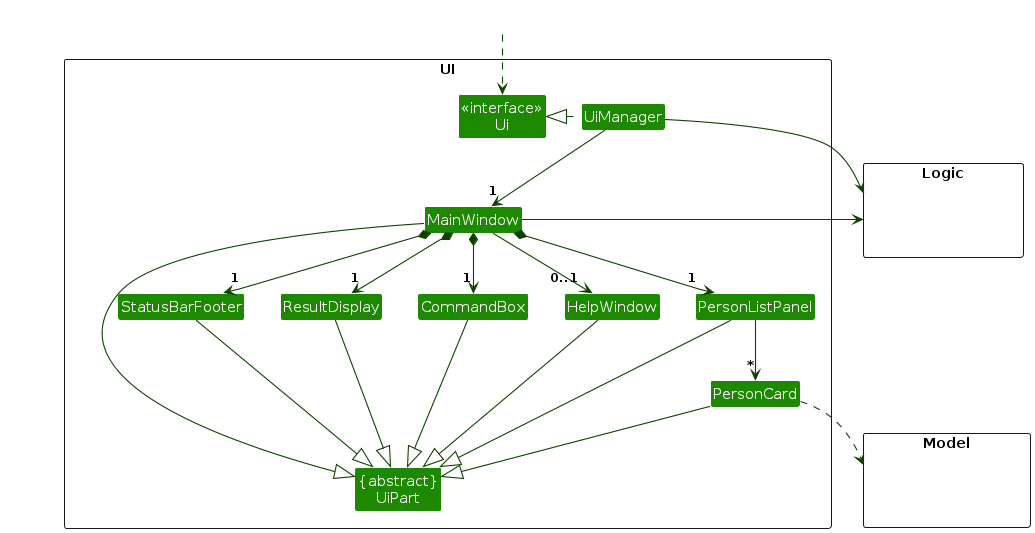
The PlantUML diagram diagrams/UiClassDiagram.png in AY2627S1-CS2103T-T16-2/tp, before a commit. Its source is kept beside it as diagrams/UiClassDiagram.puml.
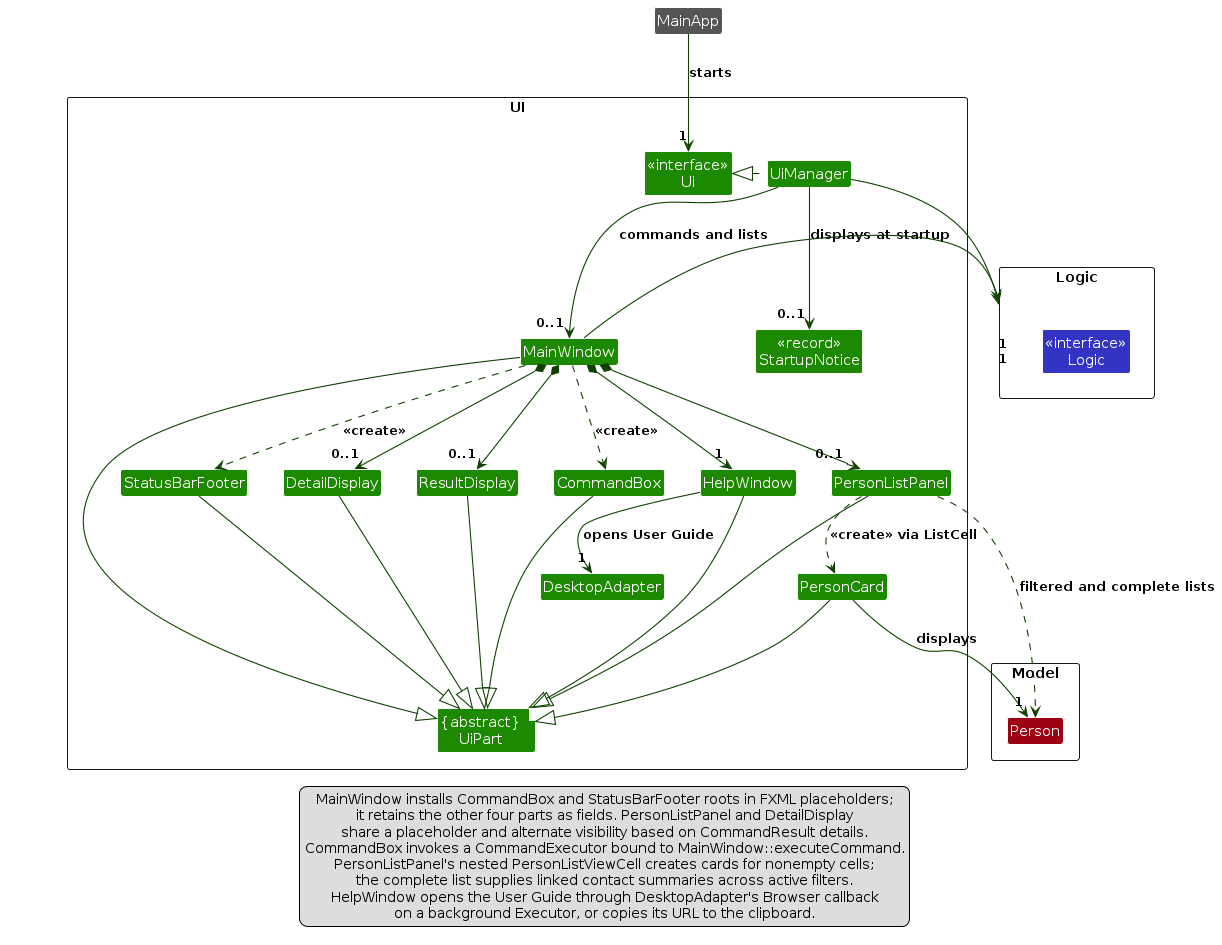
After the commit.

What changed in the source:
```diff
@@ -4,57 +4,74 @@
 skinparam arrowColor UI_COLOR_T4
 skinparam classBackgroundColor UI_COLOR
 
-package UI <<Rectangle>>{
-Class "<<interface>>\nUi" as Ui
-Class "{abstract}\nUiPart" as UiPart
-Class UiManager
-Class MainWindow
-Class HelpWindow
-Class ResultDisplay
-Class PersonListPanel
-Class PersonCard
-Class StatusBarFooter
-Class CommandBox
+package UI <<Rectangle>> {
+    class "<<interface>>\nUi" as Ui
+    class "{abstract}\nUiPart<T>" as UiPart
+    class UiManager
+    class MainWindow
+    class CommandBox
+    class ResultDisplay
+    class PersonListPanel
+    class PersonCard
+    class DetailDisplay
+    class StatusBarFooter
+    class HelpWindow
+    class DesktopAdapter
+    class "<<record>>\nStartupNotice" as StartupNotice
+}
+
+package Logic <<Rectangle>> {
+    class "<<interface>>\nLogic" as Logic #3333C4
 }
 
 package Model <<Rectangle>> {
-Class HiddenModel #FFFFFF
+    class Person #9D0012
 }
 
-package Logic <<Rectangle>> {
-Class HiddenLogic #FFFFFF
-}
+class MainApp #555555
 
-Class HiddenOutside #FFFFFF
-HiddenOutside ..> Ui
-
+MainApp --> "1" Ui : starts
 UiManager .left.|> Ui
-UiManager -down-> "1" MainWindow
-MainWindow *-down->  "1" CommandBox
-MainWindow *-down-> "1" ResultDisplay
-MainWindow *-down-> "1" PersonListPanel
-MainWindow *-down-> "1" StatusBarFooter
-MainWindow --> "0..1" HelpWindow
-
-PersonListPanel -down-> "*" PersonCard
+UiManager -down-> "0..1" MainWindow
+UiManager --> "0..1" StartupNotice : displays at startup
+UiManager -right-> "1" Logic
 
 MainWindow -left-|> UiPart
-
+CommandBox --|> UiPart
 ResultDisplay --|> UiPart
-CommandBox --|> UiPart
 PersonListPanel --|> UiPart
 PersonCard --|> UiPart
+DetailDisplay --|> UiPart
 StatusBarFooter --|> UiPart
 HelpWindow --|> UiPart
 
-PersonCard ..> Model
-UiManager -right-> Logic
-MainWindow -left-> Logic
+MainWindow *-down-> "1" HelpWindow
+MainWindow *-down-> "0..1" PersonListPanel
+MainWindow *-down-> "0..1" DetailDisplay
+MainWindow *-down-> "0..1" ResultDisplay
+MainWindow ..> CommandBox : <<create>>
+MainWindow ..> StatusBarFooter : <<create>>
+MainWindow -left-> "1" Logic : commands and lists
+
+PersonListPanel ..> PersonCard : <<create>> via ListCell
+PersonListPanel ..> Person : filtered and complete lists
+PersonCard --> "1" Person : displays
+HelpWindow --> "1" DesktopAdapter : opens User Guide
 
 PersonListPanel -[hidden]left- HelpWindow
 HelpWindow -[hidden]left- CommandBox
 CommandBox -[hidden]left- ResultDisplay
-ResultDisplay -[hidden]left- StatusBarFooter
+ResultDisplay -[hidden]left- DetailDisplay
+DetailDisplay -[hidden]left- StatusBarFooter
 
-MainWindow -[hidden]-|> UiPart
+legend bottom
+  MainWindow installs CommandBox and StatusBarFooter roots in FXML placeholders;
+  it retains the other four parts as fields. PersonListPanel and DetailDisplay
+  share a placeholder and alternate visibility based on CommandResult details.
+  CommandBox invokes a CommandExecutor bound to MainWindow::executeCommand.
+  PersonListPanel's nested PersonListViewCell creates cards for nonempty cells;
+  the complete list supplies linked contact summaries across active filters.
+  HelpWindow opens the User Guide through DesktopAdapter's Browser callback
+  on a background Executor, or copies its URL to the clipboard.
+endlegend
 @enduml
```
